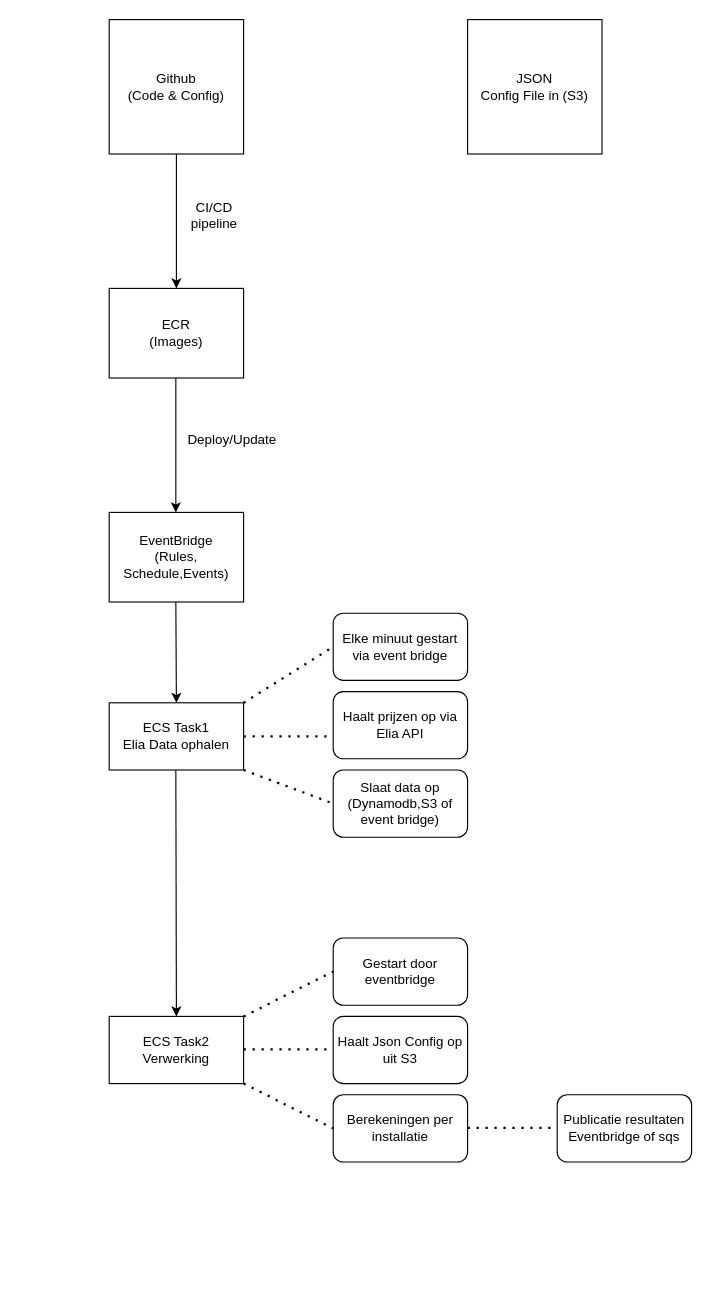
Earlier version of the draw.io diagram Architectuur_AWS.drawio (Trevi-env/wikitrevia). Source tidied: cells renumbered, new cells numbered last; positions are measured from the earlier drawing's top-left corner, leaving out a move shared by most shapes. Both pictures are drawn from the tidied source at 112%, with x=0, y=0 at pixel (109, 19).
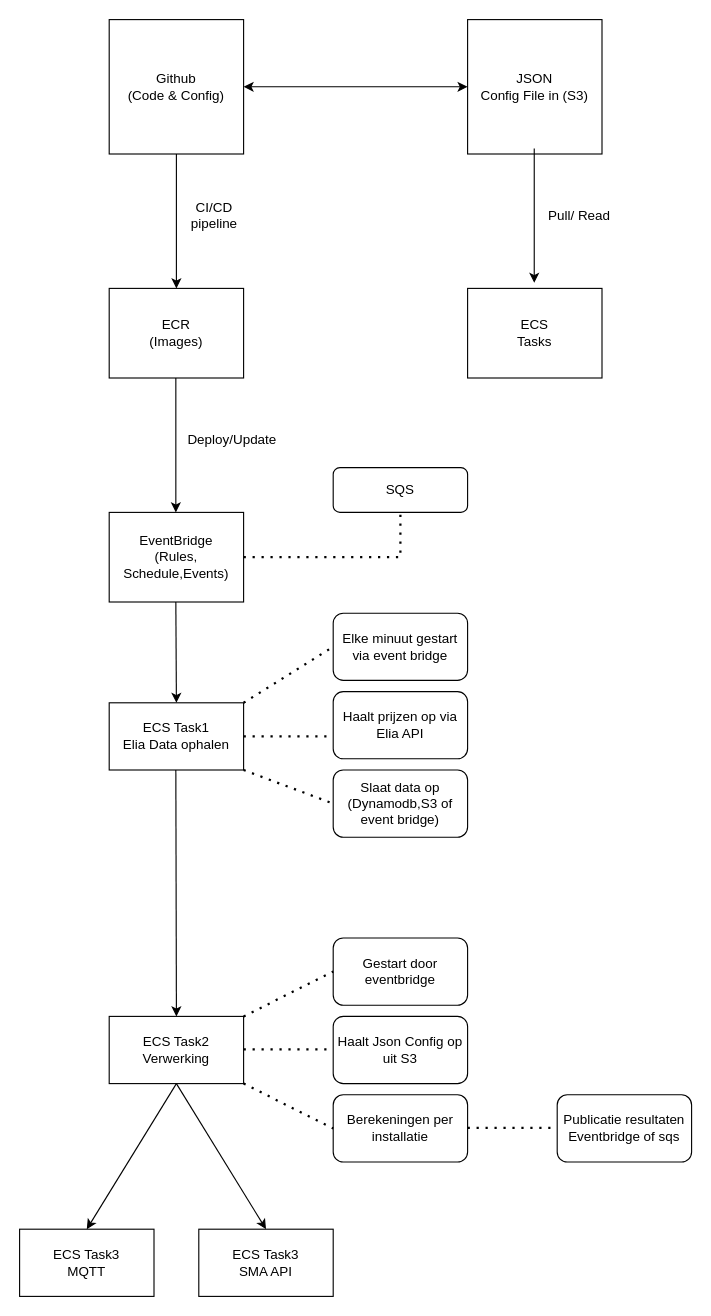
After the change.

Unchanged cells that the change refers to:
```xml
<mxCell id="2" value="Github&lt;br&gt;(Code &amp;amp; Config)" style="whiteSpace=wrap;html=1;" parent="1" vertex="1">
  <mxGeometry width="120" height="120" as="geometry" />
</mxCell>
<mxCell id="3" value="JSON&lt;br&gt;Config File in (S3)" style="whiteSpace=wrap;html=1;" parent="1" vertex="1">
  <mxGeometry x="320" width="120" height="120" as="geometry" />
</mxCell>
<mxCell id="7" value="EventBridge&lt;br&gt;(Rules, Schedule,Events)" style="rounded=0;whiteSpace=wrap;html=1;" parent="1" vertex="1">
  <mxGeometry y="440" width="120" height="80" as="geometry" />
</mxCell>
<mxCell id="18" value="ECS Task2&lt;br&gt;&lt;div&gt;Verwerking&lt;/div&gt;" style="rounded=0;whiteSpace=wrap;html=1;" parent="1" vertex="1">
  <mxGeometry y="890" width="120" height="60" as="geometry" />
</mxCell>
```

Change to the diagram source:
```diff
@@
+    <mxCell id="28" value="ECS Task3&lt;br&gt;&lt;div&gt;MQTT&lt;/div&gt;" style="rounded=0;whiteSpace=wrap;html=1;" parent="1" vertex="1">
+      <mxGeometry x="-80" y="1080" width="120" height="60" as="geometry" />
+    </mxCell>
+    <mxCell id="29" value="ECS Task3&lt;br&gt;SMA API" style="rounded=0;whiteSpace=wrap;html=1;" parent="1" vertex="1">
+      <mxGeometry x="80" y="1080" width="120" height="60" as="geometry" />
+    </mxCell>
+    <mxCell id="30" style="endArrow=classic;html=1;rounded=0;exitX=0.5;exitY=1;exitDx=0;exitDy=0;entryX=0.5;entryY=0;entryDx=0;entryDy=0;" parent="1" edge="1" source="18" target="28">
+      <mxGeometry relative="1" as="geometry" />
+    </mxCell>
+    <mxCell id="31" style="endArrow=classic;html=1;rounded=0;exitX=0.5;exitY=1;exitDx=0;exitDy=0;entryX=0.5;entryY=0;entryDx=0;entryDy=0;" parent="1" edge="1" source="18" target="29">
+      <mxGeometry relative="1" as="geometry" />
+    </mxCell>
+    <mxCell id="32" value="SQS" style="rounded=1;whiteSpace=wrap;html=1;" parent="1" vertex="1">
+      <mxGeometry x="200" y="400" width="120" height="40" as="geometry" />
+    </mxCell>
+    <mxCell id="33" style="endArrow=none;dashed=1;html=1;dashPattern=1 3;strokeWidth=2;rounded=0;exitX=1;exitY=0.5;exitDx=0;exitDy=0;entryX=0.5;entryY=1;entryDx=0;entryDy=0;" parent="1" edge="1" source="7" target="32">
+      <mxGeometry relative="1" as="geometry">
+        <Array as="points">
+          <mxPoint x="260" y="480" />
+        </Array>
+      </mxGeometry>
+    </mxCell>
+    <mxCell id="34" value="ECS&lt;br&gt;Tasks" style="rounded=0;whiteSpace=wrap;html=1;" parent="1" vertex="1">
+      <mxGeometry x="320" y="240" width="120" height="80" as="geometry" />
+    </mxCell>
+    <mxCell id="35" style="endArrow=classic;html=1;rounded=0;exitX=0.5;exitY=1;exitDx=0;exitDy=0;" parent="1" edge="1">
+      <mxGeometry relative="1" as="geometry">
+        <mxPoint x="379.5" y="115" as="sourcePoint" />
+        <mxPoint x="379.5" y="235" as="targetPoint" />
+      </mxGeometry>
+    </mxCell>
+    <mxCell id="36" value="Pull/ Read" style="text;html=1;align=center;verticalAlign=middle;whiteSpace=wrap;rounded=0;" parent="1" vertex="1">
+      <mxGeometry x="390" y="160" width="60" height="30" as="geometry" />
+    </mxCell>
+    <mxCell id="37" style="endArrow=classic;startArrow=classic;html=1;rounded=0;exitX=1;exitY=0.5;exitDx=0;exitDy=0;entryX=0;entryY=0.5;entryDx=0;entryDy=0;" parent="1" edge="1" source="2" target="3">
+      <mxGeometry relative="1" as="geometry" />
+    </mxCell>
```
